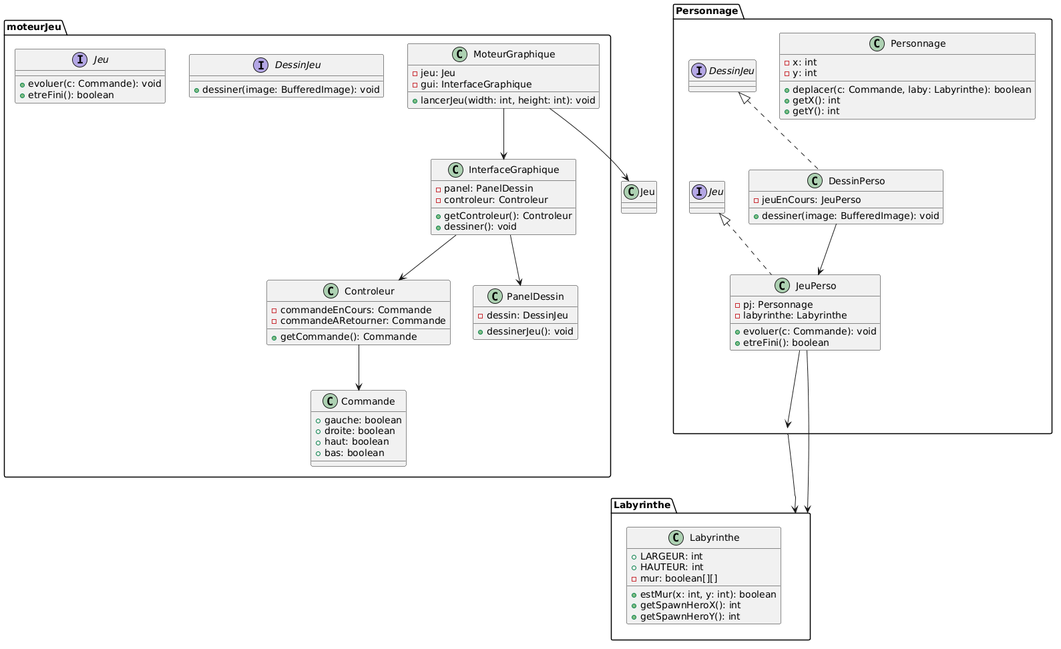
Above: projet_zeldiablo/documents/version_3/DiagDeClasseV3.png in szelestlilian-commits/2026_COO_Zeldiablo_RASZMA (PlantUML), before the change. The source it was exported from:
```plantuml
@startuml
package moteurJeu {
    interface Jeu {
        +evoluer(c: Commande): void
        +etreFini(): boolean
    }

    interface DessinJeu {
        +dessiner(image: BufferedImage): void
    }

    class Commande {
        +gauche: boolean
        +droite: boolean
        +haut: boolean
        +bas: boolean
    }

    class Controleur {
        -commandeEnCours: Commande
        -commandeARetourner: Commande
        +getCommande(): Commande
    }

    class MoteurGraphique {
        -jeu: Jeu
        -gui: InterfaceGraphique
        +lancerJeu(width: int, height: int): void
    }

    class InterfaceGraphique {
        -panel: PanelDessin
        -controleur: Controleur
        +getControleur(): Controleur
        +dessiner(): void
    }

    class PanelDessin {
        -dessin: DessinJeu
        +dessinerJeu(): void
    }
}

package Labyrinthe {
    class Labyrinthe {
        +LARGEUR: int
        +HAUTEUR: int
        -mur: boolean[][]
        +estMur(x: int, y: int): boolean
        +getSpawnHeroX(): int
        +getSpawnHeroY(): int
    }
}

package Personnage {
    class JeuPerso implements Jeu {
        -pj: Personnage
        -labyrinthe: Labyrinthe
        +evoluer(c: Commande): void
        +etreFini(): boolean
    }

    class DessinPerso implements DessinJeu {
        -jeuEnCours: JeuPerso
        +dessiner(image: BufferedImage): void
    }

    class Personnage {
        -x: int
        -y: int
        +deplacer(c: Commande, laby: Labyrinthe): boolean
        +getX(): int
        +getY(): int
    }
}

MoteurGraphique --> Jeu
MoteurGraphique --> InterfaceGraphique
InterfaceGraphique --> Controleur
InterfaceGraphique --> PanelDessin
Controleur --> Commande

JeuPerso --> Labyrinthe
JeuPerso --> Personnage
DessinPerso --> JeuPerso
Personnage --> Labyrinthe
@enduml
```
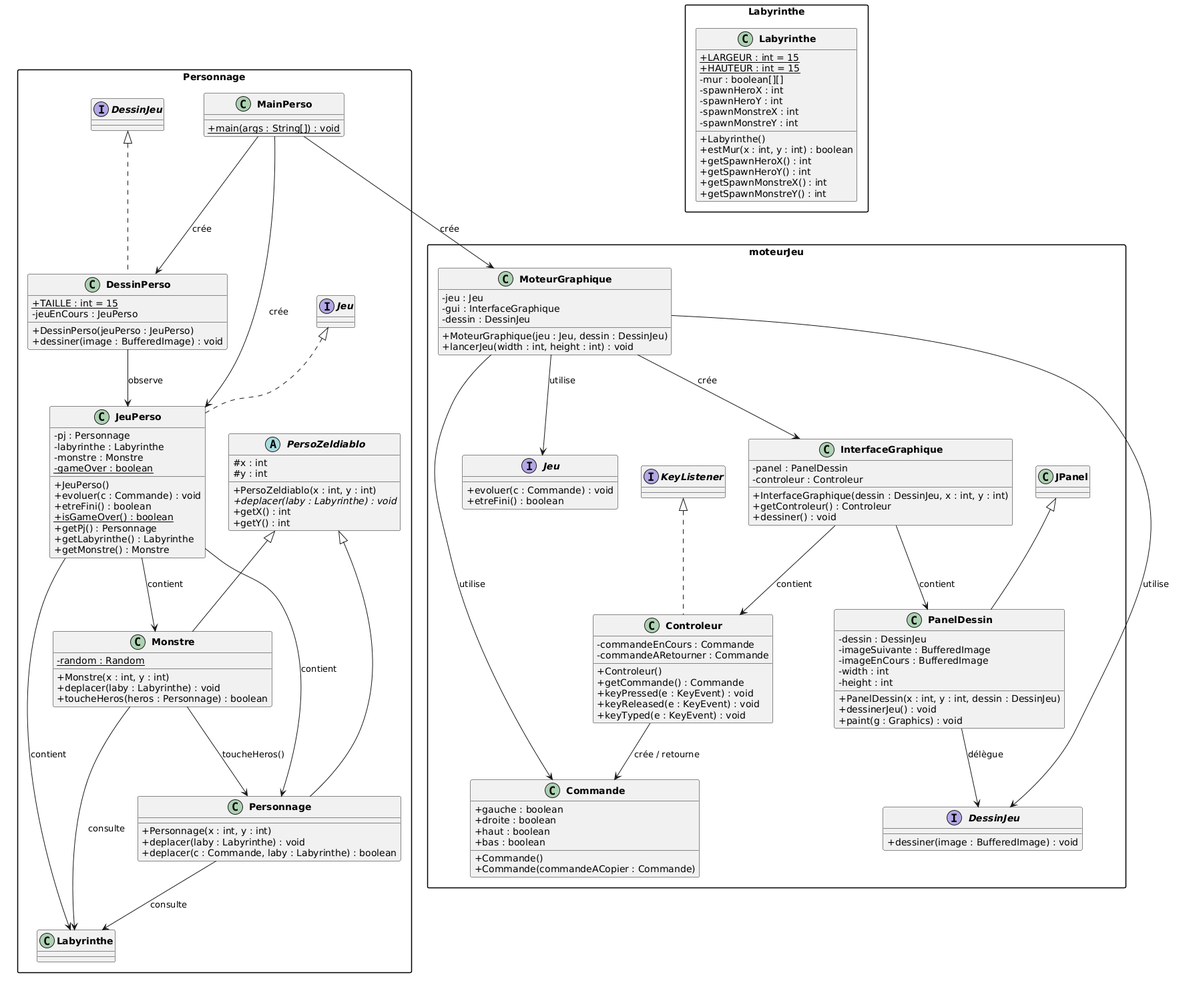
After the commit.

Commit message:
dernier modif des diagrammes

The edit, as a diff of the source:
```diff
@@ -1,87 +1,152 @@
 @startuml
+skinparam classAttributeIconSize 0
+skinparam classFontStyle Bold
+skinparam packageStyle rectangle
+
 package moteurJeu {
+
     interface Jeu {
-        +evoluer(c: Commande): void
-        +etreFini(): boolean
+        +evoluer(c : Commande) : void
+        +etreFini() : boolean
     }
 
     interface DessinJeu {
-        +dessiner(image: BufferedImage): void
+        +dessiner(image : BufferedImage) : void
     }
 
     class Commande {
-        +gauche: boolean
-        +droite: boolean
-        +haut: boolean
-        +bas: boolean
+        +gauche : boolean
+        +droite : boolean
+        +haut : boolean
+        +bas : boolean
+        +Commande()
+        +Commande(commandeACopier : Commande)
     }
 
-    class Controleur {
-        -commandeEnCours: Commande
-        -commandeARetourner: Commande
-        +getCommande(): Commande
+    class Controleur implements KeyListener {
+        -commandeEnCours : Commande
+        -commandeARetourner : Commande
+        +Controleur()
+        +getCommande() : Commande
+        +keyPressed(e : KeyEvent) : void
+        +keyReleased(e : KeyEvent) : void
+        +keyTyped(e : KeyEvent) : void
     }
 
     class MoteurGraphique {
-        -jeu: Jeu
-        -gui: InterfaceGraphique
-        +lancerJeu(width: int, height: int): void
+        -jeu : Jeu
+        -gui : InterfaceGraphique
+        -dessin : DessinJeu
+        +MoteurGraphique(jeu : Jeu, dessin : DessinJeu)
+        +lancerJeu(width : int, height : int) : void
     }
 
     class InterfaceGraphique {
-        -panel: PanelDessin
-        -controleur: Controleur
-        +getControleur(): Controleur
-        +dessiner(): void
+        -panel : PanelDessin
+        -controleur : Controleur
+        +InterfaceGraphique(dessin : DessinJeu, x : int, y : int)
+        +getControleur() : Controleur
+        +dessiner() : void
     }
 
-    class PanelDessin {
-        -dessin: DessinJeu
-        +dessinerJeu(): void
+    class PanelDessin extends JPanel {
+        -dessin : DessinJeu
+        -imageSuivante : BufferedImage
+        -imageEnCours : BufferedImage
+        -width : int
+        -height : int
+        +PanelDessin(x : int, y : int, dessin : DessinJeu)
+        +dessinerJeu() : void
+        +paint(g : Graphics) : void
     }
+
+    Controleur --> Commande : crée / retourne
+    MoteurGraphique --> Jeu : utilise
+    MoteurGraphique --> DessinJeu : utilise
+    MoteurGraphique --> InterfaceGraphique : crée
+    MoteurGraphique --> Commande : utilise
+    InterfaceGraphique --> PanelDessin : contient
+    InterfaceGraphique --> Controleur : contient
+    PanelDessin --> DessinJeu : délègue
 }
 
 package Labyrinthe {
+
     class Labyrinthe {
-        +LARGEUR: int
-        +HAUTEUR: int
-        -mur: boolean[][]
-        +estMur(x: int, y: int): boolean
-        +getSpawnHeroX(): int
-        +getSpawnHeroY(): int
+        +{static} LARGEUR : int = 15
+        +{static} HAUTEUR : int = 15
+        -mur : boolean[][]
+        -spawnHeroX : int
+        -spawnHeroY : int
+        -spawnMonstreX : int
+        -spawnMonstreY : int
+        +Labyrinthe()
+        +estMur(x : int, y : int) : boolean
+        +getSpawnHeroX() : int
+        +getSpawnHeroY() : int
+        +getSpawnMonstreX() : int
+        +getSpawnMonstreY() : int
     }
 }
 
 package Personnage {
+
+    abstract class PersoZeldiablo {
+        #x : int
+        #y : int
+        +PersoZeldiablo(x : int, y : int)
+        +{abstract} deplacer(laby : Labyrinthe) : void
+        +getX() : int
+        +getY() : int
+    }
+
+    class Personnage extends PersoZeldiablo {
+        +Personnage(x : int, y : int)
+        +deplacer(laby : Labyrinthe) : void
+        +deplacer(c : Commande, laby : Labyrinthe) : boolean
+    }
+
+    class Monstre extends PersoZeldiablo {
+        -{static} random : Random
+        +Monstre(x : int, y : int)
+        +deplacer(laby : Labyrinthe) : void
+        +toucheHeros(heros : Personnage) : boolean
+    }
+
     class JeuPerso implements Jeu {
-        -pj: Personnage
-        -labyrinthe: Labyrinthe
-        +evoluer(c: Commande): void
-        +etreFini(): boolean
+        -pj : Personnage
+        -labyrinthe : Labyrinthe
+        -monstre : Monstre
+        -{static} gameOver : boolean
+        +JeuPerso()
+        +evoluer(c : Commande) : void
+        +etreFini() : boolean
+        +{static} isGameOver() : boolean
+        +getPj() : Personnage
+        +getLabyrinthe() : Labyrinthe
+        +getMonstre() : Monstre
     }
 
     class DessinPerso implements DessinJeu {
-        -jeuEnCours: JeuPerso
-        +dessiner(image: BufferedImage): void
+        +{static} TAILLE : int = 15
+        -jeuEnCours : JeuPerso
+        +DessinPerso(jeuPerso : JeuPerso)
+        +dessiner(image : BufferedImage) : void
     }
 
-    class Personnage {
-        -x: int
-        -y: int
-        +deplacer(c: Commande, laby: Labyrinthe): boolean
-        +getX(): int
-        +getY(): int
+    class MainPerso {
+        +{static} main(args : String[]) : void
     }
+
+    JeuPerso --> Personnage : contient
+    JeuPerso --> Monstre : contient
+    JeuPerso --> Labyrinthe : contient
+    Personnage --> Labyrinthe : consulte
+    Monstre --> Labyrinthe : consulte
+    Monstre --> Personnage : toucheHeros()
+    DessinPerso --> JeuPerso : observe
+    MainPerso --> JeuPerso : crée
+    MainPerso --> DessinPerso : crée
+    MainPerso --> MoteurGraphique : crée
 }
-
-MoteurGraphique --> Jeu
-MoteurGraphique --> InterfaceGraphique
-InterfaceGraphique --> Controleur
-InterfaceGraphique --> PanelDessin
-Controleur --> Commande
-
-JeuPerso --> Labyrinthe
-JeuPerso --> Personnage
-DessinPerso --> JeuPerso
-Personnage --> Labyrinthe
 @enduml
```
